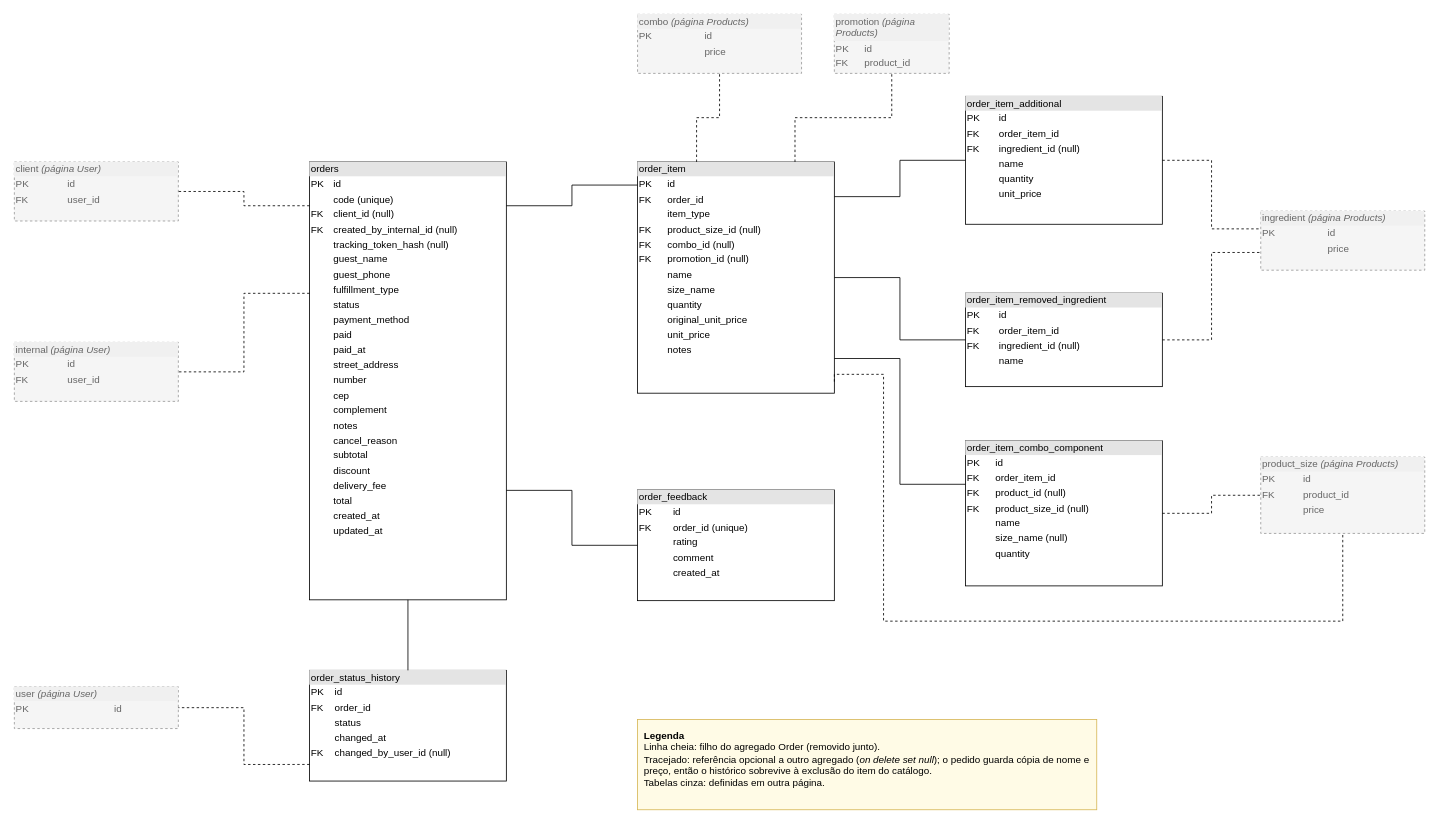
Above: page "Orders" (4 of 5) of docs/data-modeling/data_modeling.drawio in doda-s/nippon-ten (draw.io), before the change. Source tidied: cells renumbered, new cells numbered last; positions are measured from the earlier drawing's top-left corner, leaving out a move shared by most shapes. Both pictures are drawn from the tidied source at 82%, with x=0, y=0 at pixel (14, 14).
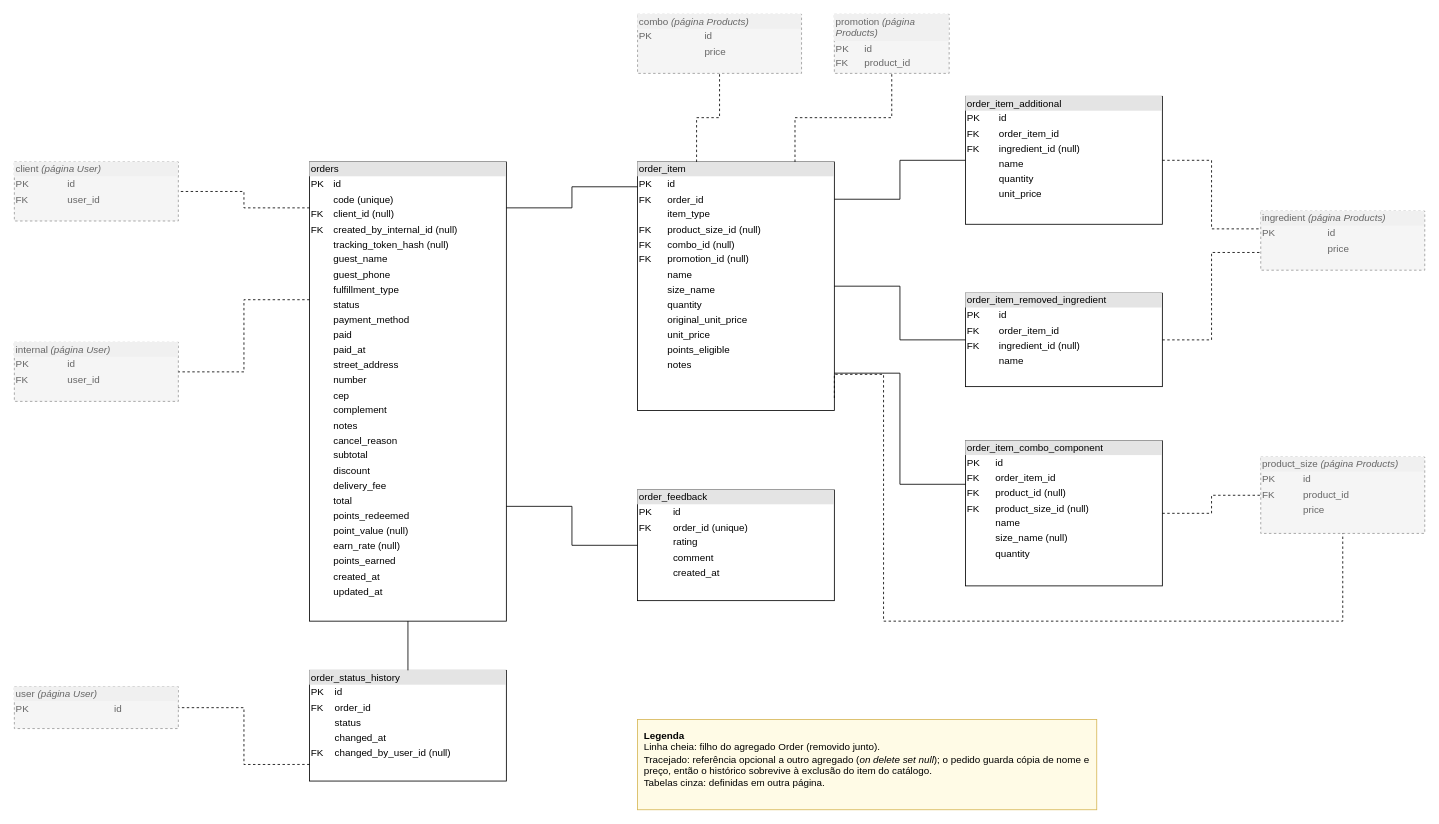
The same page after the edit.

Change to the diagram source:
```diff
@@
-    <mxCell id="2" value="&lt;div style=&quot;box-sizing: border-box; width: 100%; background: rgb(228, 228, 228); padding: 2px;&quot;&gt;orders&lt;/div&gt;&lt;table style=&quot;width:100%;font-size:1em;&quot; cellpadding=&quot;2&quot; cellspacing=&quot;0&quot;&gt;&lt;tbody&gt;&lt;tr&gt;&lt;td&gt;PK&lt;/td&gt;&lt;td&gt;id&lt;/td&gt;&lt;/tr&gt;&lt;tr&gt;&lt;td&gt;&lt;/td&gt;&lt;td&gt;code (unique)&lt;/td&gt;&lt;/tr&gt;&lt;tr&gt;&lt;td&gt;FK&lt;/td&gt;&lt;td&gt;client_id (null)&lt;/td&gt;&lt;/tr&gt;&lt;tr&gt;&lt;td&gt;FK&lt;/td&gt;&lt;td&gt;created_by_internal_id (null)&lt;/td&gt;&lt;/tr&gt;&lt;tr&gt;&lt;td&gt;&lt;/td&gt;&lt;td&gt;tracking_token_hash (null)&lt;/td&gt;&lt;/tr&gt;&lt;tr&gt;&lt;td&gt;&lt;/td&gt;&lt;td&gt;guest_name&lt;/td&gt;&lt;/tr&gt;&lt;tr&gt;&lt;td&gt;&lt;/td&gt;&lt;td&gt;guest_phone&lt;/td&gt;&lt;/tr&gt;&lt;tr&gt;&lt;td&gt;&lt;/td&gt;&lt;td&gt;fulfillment_type&lt;/td&gt;&lt;/tr&gt;&lt;tr&gt;&lt;td&gt;&lt;/td&gt;&lt;td&gt;status&lt;/td&gt;&lt;/tr&gt;&lt;tr&gt;&lt;td&gt;&lt;/td&gt;&lt;td&gt;payment_method&lt;/td&gt;&lt;/tr&gt;&lt;tr&gt;&lt;td&gt;&lt;/td&gt;&lt;td&gt;paid&lt;/td&gt;&lt;/tr&gt;&lt;tr&gt;&lt;td&gt;&lt;/td&gt;&lt;td&gt;paid_at&lt;/td&gt;&lt;/tr&gt;&lt;tr&gt;&lt;td&gt;&lt;/td&gt;&lt;td&gt;street_address&lt;/td&gt;&lt;/tr&gt;&lt;tr&gt;&lt;td&gt;&lt;/td&gt;&lt;td&gt;number&lt;/td&gt;&lt;/tr&gt;&lt;tr&gt;&lt;td&gt;&lt;/td&gt;&lt;td&gt;cep&lt;/td&gt;&lt;/tr&gt;&lt;tr&gt;&lt;td&gt;&lt;/td&gt;&lt;td&gt;complement&lt;/td&gt;&lt;/tr&gt;&lt;tr&gt;&lt;td&gt;&lt;/td&gt;&lt;td&gt;notes&lt;/td&gt;&lt;/tr&gt;&lt;tr&gt;&lt;td&gt;&lt;/td&gt;&lt;td&gt;cancel_reason&lt;/td&gt;&lt;/tr&gt;&lt;tr&gt;&lt;td&gt;&lt;/td&gt;&lt;td&gt;subtotal&lt;/td&gt;&lt;/tr&gt;&lt;tr&gt;&lt;td&gt;&lt;/td&gt;&lt;td&gt;discount&lt;/td&gt;&lt;/tr&gt;&lt;tr&gt;&lt;td&gt;&lt;/td&gt;&lt;td&gt;delivery_fee&lt;/td&gt;&lt;/tr&gt;&lt;tr&gt;&lt;td&gt;&lt;/td&gt;&lt;td&gt;total&lt;/td&gt;&lt;/tr&gt;&lt;tr&gt;&lt;td&gt;&lt;/td&gt;&lt;td&gt;created_at&lt;/td&gt;&lt;/tr&gt;&lt;tr&gt;&lt;td&gt;&lt;/td&gt;&lt;td&gt;updated_at&lt;/td&gt;&lt;/tr&gt;&lt;/tbody&gt;&lt;/table&gt;" style="verticalAlign=top;align=left;overflow=fill;html=1;whiteSpace=wrap;" parent="1" vertex="1">
-      <mxGeometry x="360" y="180" width="240" height="534" as="geometry" />
+    <mxCell id="2" value="&lt;div style=&quot;box-sizing: border-box; width: 100%; background: rgb(228, 228, 228); padding: 2px;&quot;&gt;orders&lt;/div&gt;&lt;table style=&quot;width:100%;font-size:1em;&quot; cellpadding=&quot;2&quot; cellspacing=&quot;0&quot;&gt;&lt;tbody&gt;&lt;tr&gt;&lt;td&gt;PK&lt;/td&gt;&lt;td&gt;id&lt;/td&gt;&lt;/tr&gt;&lt;tr&gt;&lt;td&gt;&lt;/td&gt;&lt;td&gt;code (unique)&lt;/td&gt;&lt;/tr&gt;&lt;tr&gt;&lt;td&gt;FK&lt;/td&gt;&lt;td&gt;client_id (null)&lt;/td&gt;&lt;/tr&gt;&lt;tr&gt;&lt;td&gt;FK&lt;/td&gt;&lt;td&gt;created_by_internal_id (null)&lt;/td&gt;&lt;/tr&gt;&lt;tr&gt;&lt;td&gt;&lt;/td&gt;&lt;td&gt;tracking_token_hash (null)&lt;/td&gt;&lt;/tr&gt;&lt;tr&gt;&lt;td&gt;&lt;/td&gt;&lt;td&gt;guest_name&lt;/td&gt;&lt;/tr&gt;&lt;tr&gt;&lt;td&gt;&lt;/td&gt;&lt;td&gt;guest_phone&lt;/td&gt;&lt;/tr&gt;&lt;tr&gt;&lt;td&gt;&lt;/td&gt;&lt;td&gt;fulfillment_type&lt;/td&gt;&lt;/tr&gt;&lt;tr&gt;&lt;td&gt;&lt;/td&gt;&lt;td&gt;status&lt;/td&gt;&lt;/tr&gt;&lt;tr&gt;&lt;td&gt;&lt;/td&gt;&lt;td&gt;payment_method&lt;/td&gt;&lt;/tr&gt;&lt;tr&gt;&lt;td&gt;&lt;/td&gt;&lt;td&gt;paid&lt;/td&gt;&lt;/tr&gt;&lt;tr&gt;&lt;td&gt;&lt;/td&gt;&lt;td&gt;paid_at&lt;/td&gt;&lt;/tr&gt;&lt;tr&gt;&lt;td&gt;&lt;/td&gt;&lt;td&gt;street_address&lt;/td&gt;&lt;/tr&gt;&lt;tr&gt;&lt;td&gt;&lt;/td&gt;&lt;td&gt;number&lt;/td&gt;&lt;/tr&gt;&lt;tr&gt;&lt;td&gt;&lt;/td&gt;&lt;td&gt;cep&lt;/td&gt;&lt;/tr&gt;&lt;tr&gt;&lt;td&gt;&lt;/td&gt;&lt;td&gt;complement&lt;/td&gt;&lt;/tr&gt;&lt;tr&gt;&lt;td&gt;&lt;/td&gt;&lt;td&gt;notes&lt;/td&gt;&lt;/tr&gt;&lt;tr&gt;&lt;td&gt;&lt;/td&gt;&lt;td&gt;cancel_reason&lt;/td&gt;&lt;/tr&gt;&lt;tr&gt;&lt;td&gt;&lt;/td&gt;&lt;td&gt;subtotal&lt;/td&gt;&lt;/tr&gt;&lt;tr&gt;&lt;td&gt;&lt;/td&gt;&lt;td&gt;discount&lt;/td&gt;&lt;/tr&gt;&lt;tr&gt;&lt;td&gt;&lt;/td&gt;&lt;td&gt;delivery_fee&lt;/td&gt;&lt;/tr&gt;&lt;tr&gt;&lt;td&gt;&lt;/td&gt;&lt;td&gt;total&lt;/td&gt;&lt;/tr&gt;&lt;tr&gt;&lt;td&gt;&lt;/td&gt;&lt;td&gt;points_redeemed&lt;/td&gt;&lt;/tr&gt;&lt;tr&gt;&lt;td&gt;&lt;/td&gt;&lt;td&gt;point_value (null)&lt;/td&gt;&lt;/tr&gt;&lt;tr&gt;&lt;td&gt;&lt;/td&gt;&lt;td&gt;earn_rate (null)&lt;/td&gt;&lt;/tr&gt;&lt;tr&gt;&lt;td&gt;&lt;/td&gt;&lt;td&gt;points_earned&lt;/td&gt;&lt;/tr&gt;&lt;tr&gt;&lt;td&gt;&lt;/td&gt;&lt;td&gt;created_at&lt;/td&gt;&lt;/tr&gt;&lt;tr&gt;&lt;td&gt;&lt;/td&gt;&lt;td&gt;updated_at&lt;/td&gt;&lt;/tr&gt;&lt;/tbody&gt;&lt;/table&gt;" style="verticalAlign=top;align=left;overflow=fill;html=1;whiteSpace=wrap;" parent="1" vertex="1">
+      <mxGeometry x="360" y="180" width="240" height="560" as="geometry" />
     </mxCell>
-    <mxCell id="3" value="&lt;div style=&quot;box-sizing: border-box; width: 100%; background: rgb(228, 228, 228); padding: 2px;&quot;&gt;order_item&lt;/div&gt;&lt;table style=&quot;width:100%;font-size:1em;&quot; cellpadding=&quot;2&quot; cellspacing=&quot;0&quot;&gt;&lt;tbody&gt;&lt;tr&gt;&lt;td&gt;PK&lt;/td&gt;&lt;td&gt;id&lt;/td&gt;&lt;/tr&gt;&lt;tr&gt;&lt;td&gt;FK&lt;/td&gt;&lt;td&gt;order_id&lt;/td&gt;&lt;/tr&gt;&lt;tr&gt;&lt;td&gt;&lt;/td&gt;&lt;td&gt;item_type&lt;/td&gt;&lt;/tr&gt;&lt;tr&gt;&lt;td&gt;FK&lt;/td&gt;&lt;td&gt;product_size_id (null)&lt;/td&gt;&lt;/tr&gt;&lt;tr&gt;&lt;td&gt;FK&lt;/td&gt;&lt;td&gt;combo_id (null)&lt;/td&gt;&lt;/tr&gt;&lt;tr&gt;&lt;td&gt;FK&lt;/td&gt;&lt;td&gt;promotion_id (null)&lt;/td&gt;&lt;/tr&gt;&lt;tr&gt;&lt;td&gt;&lt;/td&gt;&lt;td&gt;name&lt;/td&gt;&lt;/tr&gt;&lt;tr&gt;&lt;td&gt;&lt;/td&gt;&lt;td&gt;size_name&lt;/td&gt;&lt;/tr&gt;&lt;tr&gt;&lt;td&gt;&lt;/td&gt;&lt;td&gt;quantity&lt;/td&gt;&lt;/tr&gt;&lt;tr&gt;&lt;td&gt;&lt;/td&gt;&lt;td&gt;original_unit_price&lt;/td&gt;&lt;/tr&gt;&lt;tr&gt;&lt;td&gt;&lt;/td&gt;&lt;td&gt;unit_price&lt;/td&gt;&lt;/tr&gt;&lt;tr&gt;&lt;td&gt;&lt;/td&gt;&lt;td&gt;notes&lt;/td&gt;&lt;/tr&gt;&lt;/tbody&gt;&lt;/table&gt;" style="verticalAlign=top;align=left;overflow=fill;html=1;whiteSpace=wrap;" parent="1" vertex="1">
-      <mxGeometry x="760" y="180" width="240" height="282" as="geometry" />
+    <mxCell id="3" value="&lt;div style=&quot;box-sizing: border-box; width: 100%; background: rgb(228, 228, 228); padding: 2px;&quot;&gt;order_item&lt;/div&gt;&lt;table style=&quot;width:100%;font-size:1em;&quot; cellpadding=&quot;2&quot; cellspacing=&quot;0&quot;&gt;&lt;tbody&gt;&lt;tr&gt;&lt;td&gt;PK&lt;/td&gt;&lt;td&gt;id&lt;/td&gt;&lt;/tr&gt;&lt;tr&gt;&lt;td&gt;FK&lt;/td&gt;&lt;td&gt;order_id&lt;/td&gt;&lt;/tr&gt;&lt;tr&gt;&lt;td&gt;&lt;/td&gt;&lt;td&gt;item_type&lt;/td&gt;&lt;/tr&gt;&lt;tr&gt;&lt;td&gt;FK&lt;/td&gt;&lt;td&gt;product_size_id (null)&lt;/td&gt;&lt;/tr&gt;&lt;tr&gt;&lt;td&gt;FK&lt;/td&gt;&lt;td&gt;combo_id (null)&lt;/td&gt;&lt;/tr&gt;&lt;tr&gt;&lt;td&gt;FK&lt;/td&gt;&lt;td&gt;promotion_id (null)&lt;/td&gt;&lt;/tr&gt;&lt;tr&gt;&lt;td&gt;&lt;/td&gt;&lt;td&gt;name&lt;/td&gt;&lt;/tr&gt;&lt;tr&gt;&lt;td&gt;&lt;/td&gt;&lt;td&gt;size_name&lt;/td&gt;&lt;/tr&gt;&lt;tr&gt;&lt;td&gt;&lt;/td&gt;&lt;td&gt;quantity&lt;/td&gt;&lt;/tr&gt;&lt;tr&gt;&lt;td&gt;&lt;/td&gt;&lt;td&gt;original_unit_price&lt;/td&gt;&lt;/tr&gt;&lt;tr&gt;&lt;td&gt;&lt;/td&gt;&lt;td&gt;unit_price&lt;/td&gt;&lt;/tr&gt;&lt;tr&gt;&lt;td&gt;&lt;/td&gt;&lt;td&gt;points_eligible&lt;/td&gt;&lt;/tr&gt;&lt;tr&gt;&lt;td&gt;&lt;/td&gt;&lt;td&gt;notes&lt;/td&gt;&lt;/tr&gt;&lt;/tbody&gt;&lt;/table&gt;" style="verticalAlign=top;align=left;overflow=fill;html=1;whiteSpace=wrap;" parent="1" vertex="1">
+      <mxGeometry x="760" y="180" width="240" height="303" as="geometry" />
     </mxCell>
```
